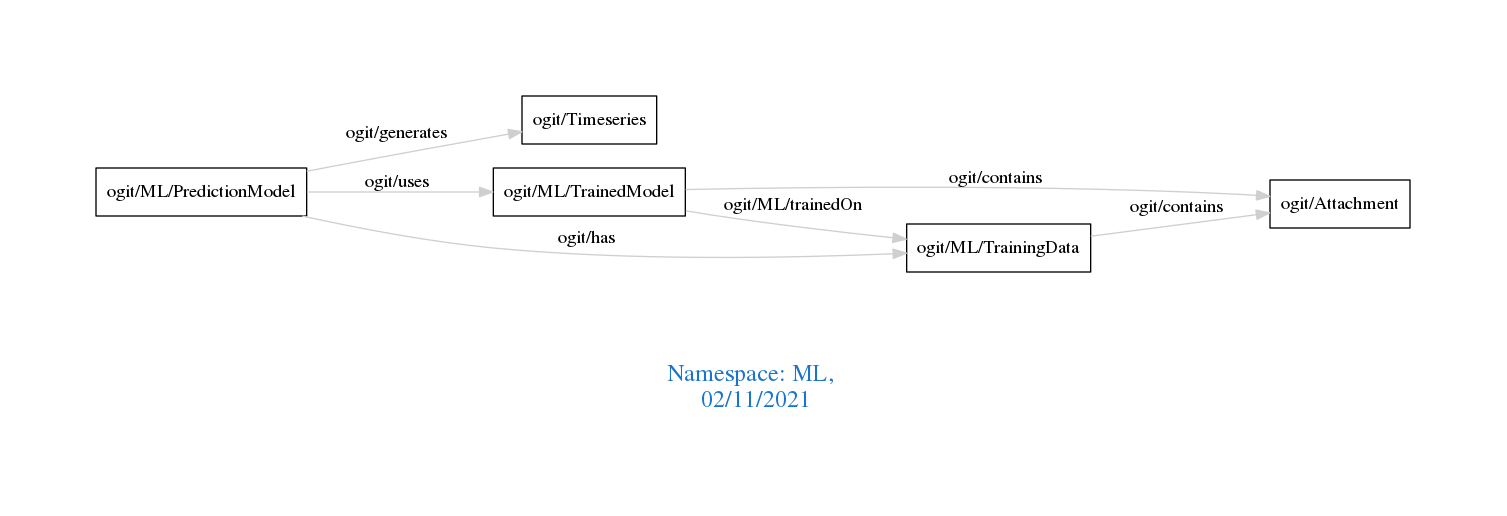
The Graphviz diagram downloads/ML.png in arago/OGIT, before a commit. Its source is kept beside it as downloads/ML.dot.
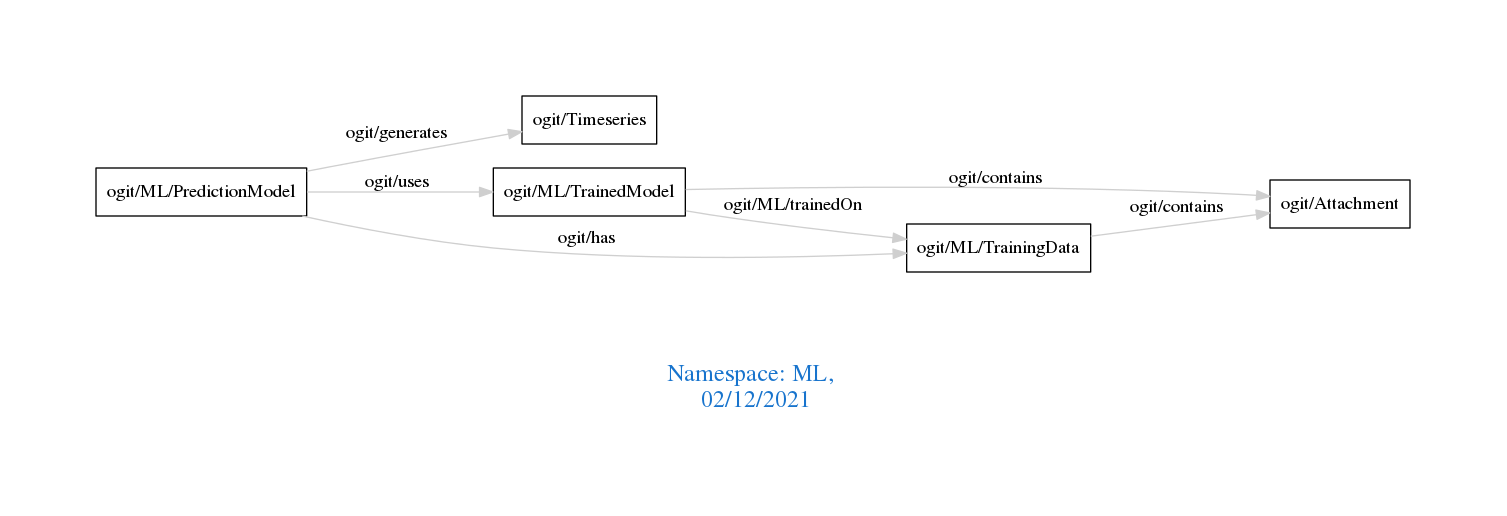
Later version of the same file.

The edit, as a diff of the source:
```diff
@@ -1,7 +1,7 @@
 digraph OGIT_ontology {
  graph [ rankdir= LR,pad=1
 fontsize = 18,
-fontcolor= dodgerblue3,label = "\n\n\nNamespace: ML, \n 02/11/2021"];
+fontcolor= dodgerblue3,label = "\n\n\nNamespace: ML, \n 02/12/2021"];
 node[shape=polygon];
 edge [  color="gray81"];
 
```
